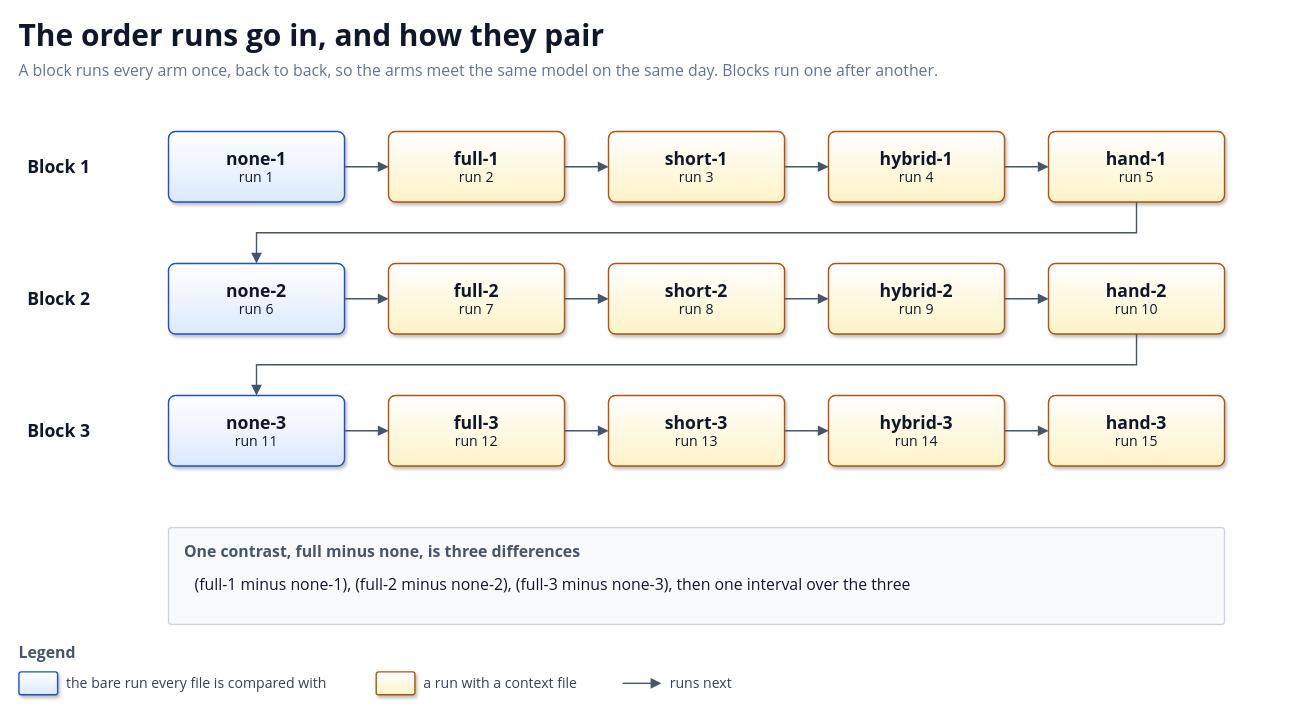
solid-ai-dev/solid-ai-benchmark keeps this draw.io diagram as docs/diagrams/run-order.drawio. Above is the earlier version. Source tidied: cells renumbered, new cells numbered last; positions are measured from the earlier drawing's top-left corner, leaving out a move shared by most shapes. Both pictures are drawn from the tidied source at 88%, with x=0, y=0 at pixel (18, 15).
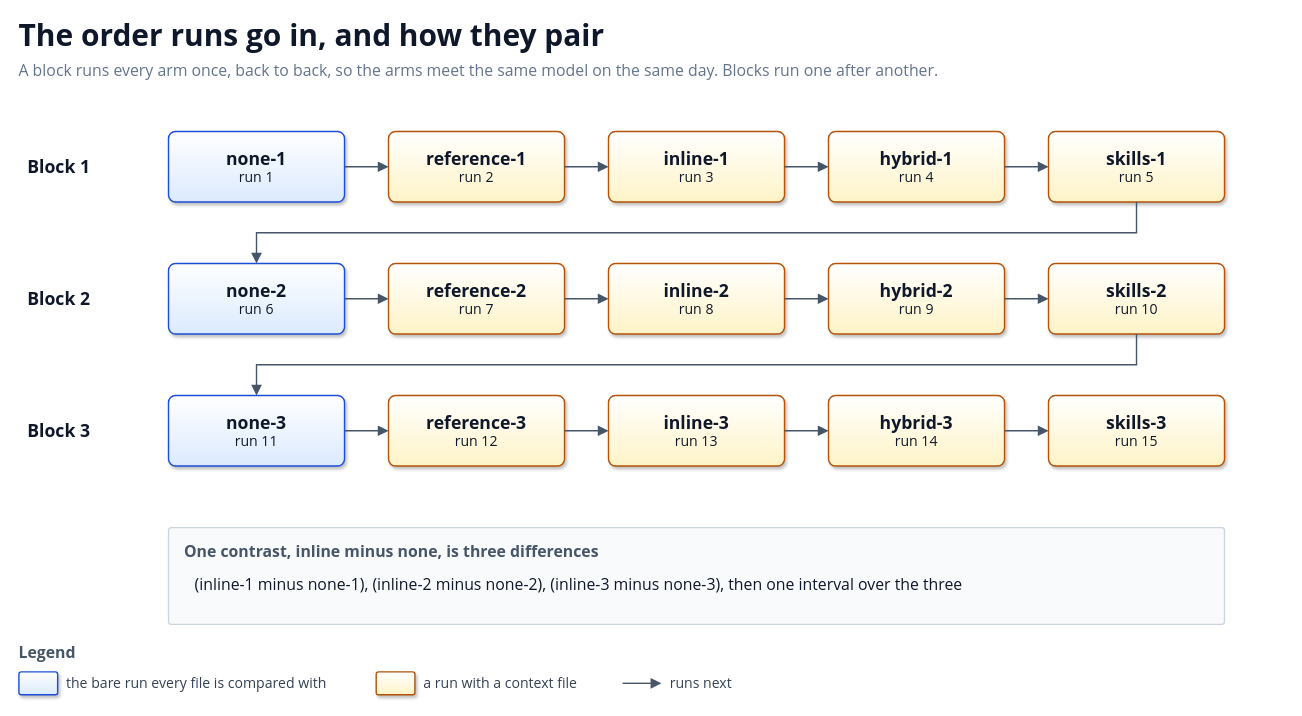
Above is the later version.

Diff of the diagram source:
```diff
@@
-    <mxCell id="7" value="&lt;b style='font-size:20px'&gt;full-1&lt;/b&gt;&lt;br&gt;&lt;span style='font-size:16px'&gt;run 2&lt;/span&gt;" style="rounded=1;arcSize=10;whiteSpace=wrap;html=1;fillColor=#FEF3C7;gradientColor=#FFFFFF;gradientDirection=north;strokeColor=#B45309;strokeWidth=1.6;shadow=1;align=center;verticalAlign=middle;fontFamily=Segoe UI;fontColor=#0F172A;spacing=8;" parent="1" vertex="1">
+    <mxCell id="7" value="&lt;b style='font-size:20px'&gt;reference-1&lt;/b&gt;&lt;br&gt;&lt;span style='font-size:16px'&gt;run 2&lt;/span&gt;" style="rounded=1;arcSize=10;whiteSpace=wrap;html=1;fillColor=#FEF3C7;gradientColor=#FFFFFF;gradientDirection=north;strokeColor=#B45309;strokeWidth=1.6;shadow=1;align=center;verticalAlign=middle;fontFamily=Segoe UI;fontColor=#0F172A;spacing=8;" parent="1" vertex="1">
       <mxGeometry x="420" y="132" width="200" height="80" as="geometry" />
     </mxCell>
@@
-    <mxCell id="9" value="&lt;b style='font-size:20px'&gt;short-1&lt;/b&gt;&lt;br&gt;&lt;span style='font-size:16px'&gt;run 3&lt;/span&gt;" style="rounded=1;arcSize=10;whiteSpace=wrap;html=1;fillColor=#FEF3C7;gradientColor=#FFFFFF;gradientDirection=north;strokeColor=#B45309;strokeWidth=1.6;shadow=1;align=center;verticalAlign=middle;fontFamily=Segoe UI;fontColor=#0F172A;spacing=8;" parent="1" vertex="1">
+    <mxCell id="9" value="&lt;b style='font-size:20px'&gt;inline-1&lt;/b&gt;&lt;br&gt;&lt;span style='font-size:16px'&gt;run 3&lt;/span&gt;" style="rounded=1;arcSize=10;whiteSpace=wrap;html=1;fillColor=#FEF3C7;gradientColor=#FFFFFF;gradientDirection=north;strokeColor=#B45309;strokeWidth=1.6;shadow=1;align=center;verticalAlign=middle;fontFamily=Segoe UI;fontColor=#0F172A;spacing=8;" parent="1" vertex="1">
       <mxGeometry x="670" y="132" width="200" height="80" as="geometry" />
     </mxCell>
@@
-    <mxCell id="13" value="&lt;b style='font-size:20px'&gt;hand-1&lt;/b&gt;&lt;br&gt;&lt;span style='font-size:16px'&gt;run 5&lt;/span&gt;" style="rounded=1;arcSize=10;whiteSpace=wrap;html=1;fillColor=#FEF3C7;gradientColor=#FFFFFF;gradientDirection=north;strokeColor=#B45309;strokeWidth=1.6;shadow=1;align=center;verticalAlign=middle;fontFamily=Segoe UI;fontColor=#0F172A;spacing=8;" parent="1" vertex="1">
+    <mxCell id="13" value="&lt;b style='font-size:20px'&gt;skills-1&lt;/b&gt;&lt;br&gt;&lt;span style='font-size:16px'&gt;run 5&lt;/span&gt;" style="rounded=1;arcSize=10;whiteSpace=wrap;html=1;fillColor=#FEF3C7;gradientColor=#FFFFFF;gradientDirection=north;strokeColor=#B45309;strokeWidth=1.6;shadow=1;align=center;verticalAlign=middle;fontFamily=Segoe UI;fontColor=#0F172A;spacing=8;" parent="1" vertex="1">
       <mxGeometry x="1170" y="132" width="200" height="80" as="geometry" />
     </mxCell>
@@
-    <mxCell id="18" value="&lt;b style='font-size:20px'&gt;full-2&lt;/b&gt;&lt;br&gt;&lt;span style='font-size:16px'&gt;run 7&lt;/span&gt;" style="rounded=1;arcSize=10;whiteSpace=wrap;html=1;fillColor=#FEF3C7;gradientColor=#FFFFFF;gradientDirection=north;strokeColor=#B45309;strokeWidth=1.6;shadow=1;align=center;verticalAlign=middle;fontFamily=Segoe UI;fontColor=#0F172A;spacing=8;" parent="1" vertex="1">
+    <mxCell id="18" value="&lt;b style='font-size:20px'&gt;reference-2&lt;/b&gt;&lt;br&gt;&lt;span style='font-size:16px'&gt;run 7&lt;/span&gt;" style="rounded=1;arcSize=10;whiteSpace=wrap;html=1;fillColor=#FEF3C7;gradientColor=#FFFFFF;gradientDirection=north;strokeColor=#B45309;strokeWidth=1.6;shadow=1;align=center;verticalAlign=middle;fontFamily=Segoe UI;fontColor=#0F172A;spacing=8;" parent="1" vertex="1">
       <mxGeometry x="420" y="282" width="200" height="80" as="geometry" />
     </mxCell>
@@
-    <mxCell id="20" value="&lt;b style='font-size:20px'&gt;short-2&lt;/b&gt;&lt;br&gt;&lt;span style='font-size:16px'&gt;run 8&lt;/span&gt;" style="rounded=1;arcSize=10;whiteSpace=wrap;html=1;fillColor=#FEF3C7;gradientColor=#FFFFFF;gradientDirection=north;strokeColor=#B45309;strokeWidth=1.6;shadow=1;align=center;verticalAlign=middle;fontFamily=Segoe UI;fontColor=#0F172A;spacing=8;" parent="1" vertex="1">
+    <mxCell id="20" value="&lt;b style='font-size:20px'&gt;inline-2&lt;/b&gt;&lt;br&gt;&lt;span style='font-size:16px'&gt;run 8&lt;/span&gt;" style="rounded=1;arcSize=10;whiteSpace=wrap;html=1;fillColor=#FEF3C7;gradientColor=#FFFFFF;gradientDirection=north;strokeColor=#B45309;strokeWidth=1.6;shadow=1;align=center;verticalAlign=middle;fontFamily=Segoe UI;fontColor=#0F172A;spacing=8;" parent="1" vertex="1">
       <mxGeometry x="670" y="282" width="200" height="80" as="geometry" />
     </mxCell>
@@
-    <mxCell id="24" value="&lt;b style='font-size:20px'&gt;hand-2&lt;/b&gt;&lt;br&gt;&lt;span style='font-size:16px'&gt;run 10&lt;/span&gt;" style="rounded=1;arcSize=10;whiteSpace=wrap;html=1;fillColor=#FEF3C7;gradientColor=#FFFFFF;gradientDirection=north;strokeColor=#B45309;strokeWidth=1.6;shadow=1;align=center;verticalAlign=middle;fontFamily=Segoe UI;fontColor=#0F172A;spacing=8;" parent="1" vertex="1">
+    <mxCell id="24" value="&lt;b style='font-size:20px'&gt;skills-2&lt;/b&gt;&lt;br&gt;&lt;span style='font-size:16px'&gt;run 10&lt;/span&gt;" style="rounded=1;arcSize=10;whiteSpace=wrap;html=1;fillColor=#FEF3C7;gradientColor=#FFFFFF;gradientDirection=north;strokeColor=#B45309;strokeWidth=1.6;shadow=1;align=center;verticalAlign=middle;fontFamily=Segoe UI;fontColor=#0F172A;spacing=8;" parent="1" vertex="1">
       <mxGeometry x="1170" y="282" width="200" height="80" as="geometry" />
     </mxCell>
@@
-    <mxCell id="29" value="&lt;b style='font-size:20px'&gt;full-3&lt;/b&gt;&lt;br&gt;&lt;span style='font-size:16px'&gt;run 12&lt;/span&gt;" style="rounded=1;arcSize=10;whiteSpace=wrap;html=1;fillColor=#FEF3C7;gradientColor=#FFFFFF;gradientDirection=north;strokeColor=#B45309;strokeWidth=1.6;shadow=1;align=center;verticalAlign=middle;fontFamily=Segoe UI;fontColor=#0F172A;spacing=8;" parent="1" vertex="1">
+    <mxCell id="29" value="&lt;b style='font-size:20px'&gt;reference-3&lt;/b&gt;&lt;br&gt;&lt;span style='font-size:16px'&gt;run 12&lt;/span&gt;" style="rounded=1;arcSize=10;whiteSpace=wrap;html=1;fillColor=#FEF3C7;gradientColor=#FFFFFF;gradientDirection=north;strokeColor=#B45309;strokeWidth=1.6;shadow=1;align=center;verticalAlign=middle;fontFamily=Segoe UI;fontColor=#0F172A;spacing=8;" parent="1" vertex="1">
       <mxGeometry x="420" y="432" width="200" height="80" as="geometry" />
     </mxCell>
@@
-    <mxCell id="31" value="&lt;b style='font-size:20px'&gt;short-3&lt;/b&gt;&lt;br&gt;&lt;span style='font-size:16px'&gt;run 13&lt;/span&gt;" style="rounded=1;arcSize=10;whiteSpace=wrap;html=1;fillColor=#FEF3C7;gradientColor=#FFFFFF;gradientDirection=north;strokeColor=#B45309;strokeWidth=1.6;shadow=1;align=center;verticalAlign=middle;fontFamily=Segoe UI;fontColor=#0F172A;spacing=8;" parent="1" vertex="1">
+    <mxCell id="31" value="&lt;b style='font-size:20px'&gt;inline-3&lt;/b&gt;&lt;br&gt;&lt;span style='font-size:16px'&gt;run 13&lt;/span&gt;" style="rounded=1;arcSize=10;whiteSpace=wrap;html=1;fillColor=#FEF3C7;gradientColor=#FFFFFF;gradientDirection=north;strokeColor=#B45309;strokeWidth=1.6;shadow=1;align=center;verticalAlign=middle;fontFamily=Segoe UI;fontColor=#0F172A;spacing=8;" parent="1" vertex="1">
       <mxGeometry x="670" y="432" width="200" height="80" as="geometry" />
     </mxCell>
@@
-    <mxCell id="35" value="&lt;b style='font-size:20px'&gt;hand-3&lt;/b&gt;&lt;br&gt;&lt;span style='font-size:16px'&gt;run 15&lt;/span&gt;" style="rounded=1;arcSize=10;whiteSpace=wrap;html=1;fillColor=#FEF3C7;gradientColor=#FFFFFF;gradientDirection=north;strokeColor=#B45309;strokeWidth=1.6;shadow=1;align=center;verticalAlign=middle;fontFamily=Segoe UI;fontColor=#0F172A;spacing=8;" parent="1" vertex="1">
+    <mxCell id="35" value="&lt;b style='font-size:20px'&gt;skills-3&lt;/b&gt;&lt;br&gt;&lt;span style='font-size:16px'&gt;run 15&lt;/span&gt;" style="rounded=1;arcSize=10;whiteSpace=wrap;html=1;fillColor=#FEF3C7;gradientColor=#FFFFFF;gradientDirection=north;strokeColor=#B45309;strokeWidth=1.6;shadow=1;align=center;verticalAlign=middle;fontFamily=Segoe UI;fontColor=#0F172A;spacing=8;" parent="1" vertex="1">
       <mxGeometry x="1170" y="432" width="200" height="80" as="geometry" />
     </mxCell>
-    <mxCell id="36" value="One contrast, full minus none, is three differences" style="rounded=1;arcSize=3;whiteSpace=wrap;html=1;fillColor=#F8FAFC;strokeColor=#CBD5E1;strokeWidth=1.5;verticalAlign=top;align=left;spacingLeft=16;spacingTop=10;fontFamily=Segoe UI;fontSize=18;fontStyle=1;fontColor=#475569;" parent="1" vertex="1">
+    <mxCell id="36" value="One contrast, inline minus none, is three differences" style="rounded=1;arcSize=3;whiteSpace=wrap;html=1;fillColor=#F8FAFC;strokeColor=#CBD5E1;strokeWidth=1.5;verticalAlign=top;align=left;spacingLeft=16;spacingTop=10;fontFamily=Segoe UI;fontSize=18;fontStyle=1;fontColor=#475569;" parent="1" vertex="1">
       <mxGeometry x="170" y="582" width="1200" height="110" as="geometry" />
     </mxCell>
-    <mxCell id="37" value="(full-1 minus none-1), (full-2 minus none-2), (full-3 minus none-3), then one interval over the three" style="text;html=1;whiteSpace=wrap;strokeColor=none;fillColor=none;align=left;verticalAlign=middle;fontFamily=Segoe UI;fontSize=18;fontColor=#0F172A;fontStyle=0;spacing=0;" parent="1" vertex="1">
+    <mxCell id="37" value="(inline-1 minus none-1), (inline-2 minus none-2), (inline-3 minus none-3), then one interval over the three" style="text;html=1;whiteSpace=wrap;strokeColor=none;fillColor=none;align=left;verticalAlign=middle;fontFamily=Segoe UI;fontSize=18;fontColor=#0F172A;fontStyle=0;spacing=0;" parent="1" vertex="1">
       <mxGeometry x="200" y="622" width="1150" height="50" as="geometry" />
     </mxCell>
```
